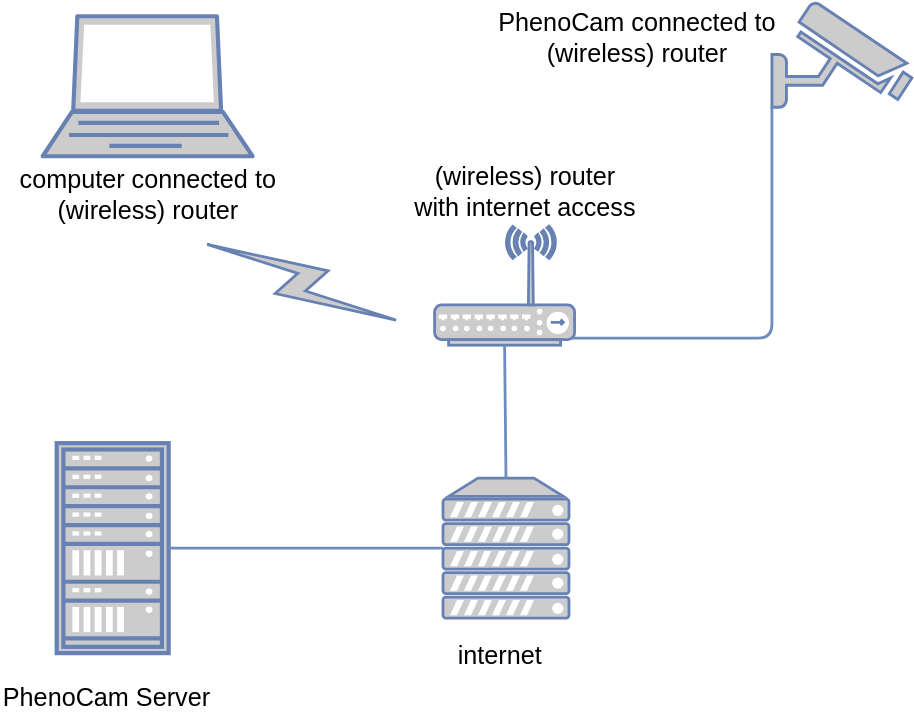
Above: diagram.svg in khufkens/phenocam-installation-tool (draw.io), before the change. Source tidied: cells renumbered, new cells last; positions are measured from the earlier drawing's top-left corner, leaving out a move shared by most shapes.
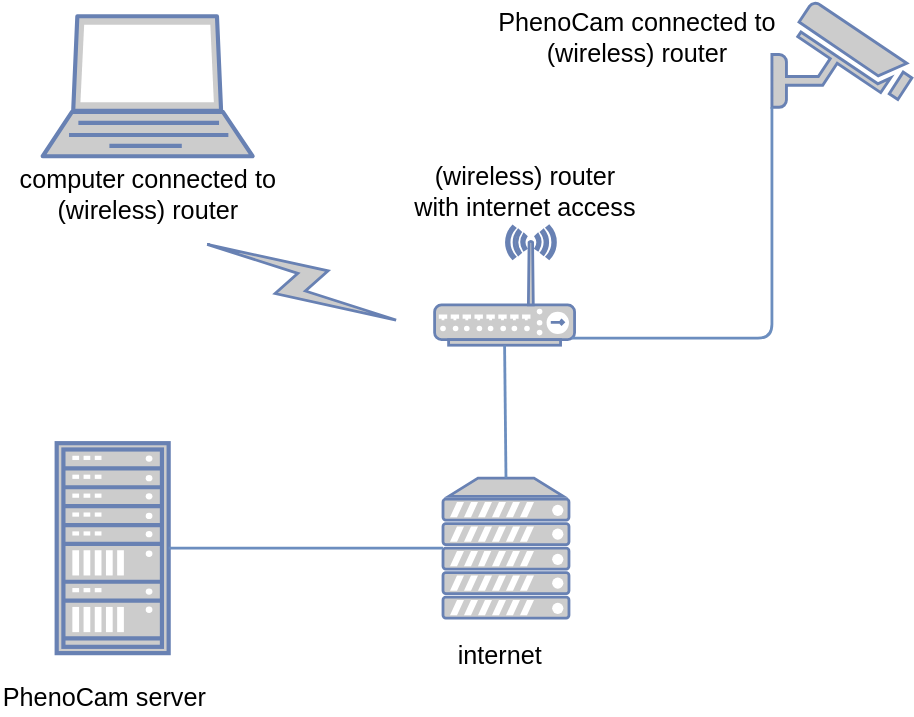
The same file after the commit.

Commit message:
diagram typo

What changed in the source:
```diff
@@ -44,7 +44,7 @@
     <mxCell id="14" style="endArrow=none;html=1;edgeStyle=orthogonalEdgeStyle;exitX=1;exitY=0.5;exitPerimeter=0;entryX=0;entryY=0.5;entryPerimeter=0;fillColor=#dae8fc;strokeColor=#6c8ebf;strokeWidth=2;" parent="1" edge="1" source="13" target="5">
       <mxGeometry relative="1" as="geometry" />
     </mxCell>
-    <mxCell id="15" value="&lt;font style=&quot;font-size: 18px&quot;&gt;PhenoCam Server&lt;/font&gt;" style="text;html=1;" parent="1" vertex="1">
+    <mxCell id="15" value="&lt;font style=&quot;font-size: 18px&quot;&gt;PhenoCam server&lt;/font&gt;" style="text;html=1;" parent="1" vertex="1">
       <mxGeometry y="480" width="160" height="30" as="geometry" />
     </mxCell>
   </root>
```
